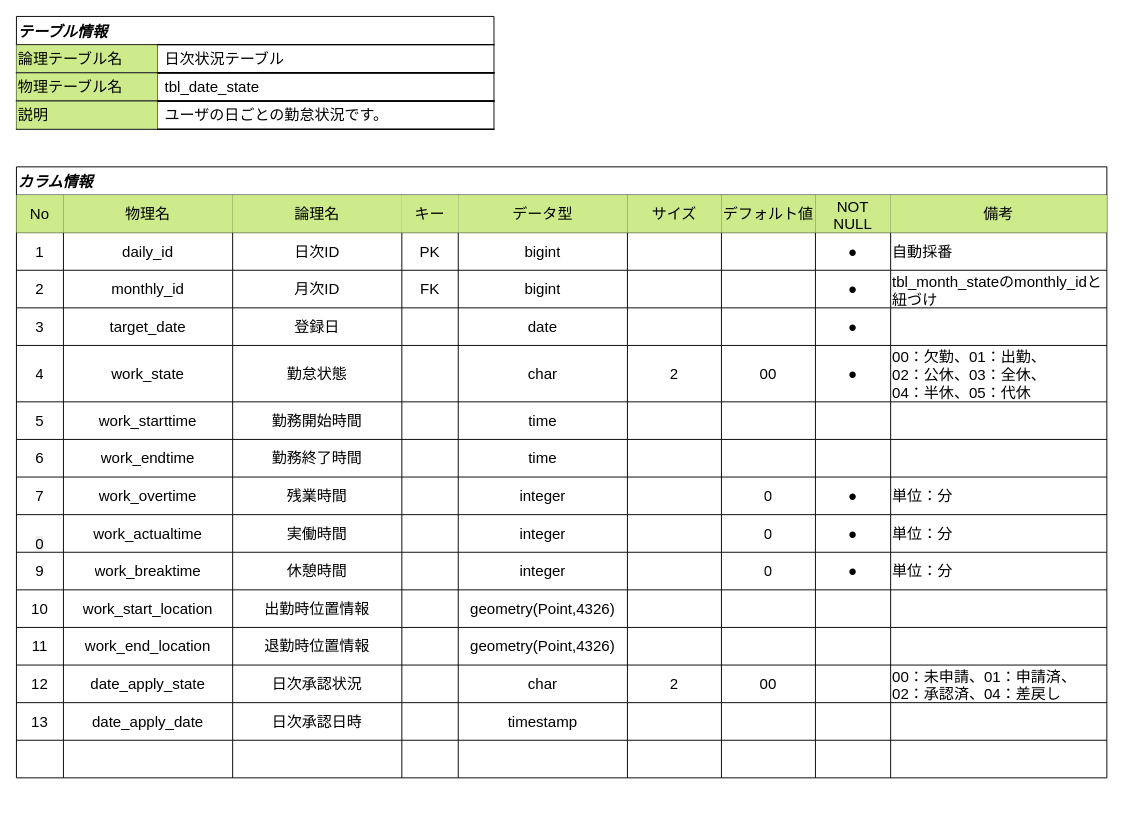
youkobaske/agentSupport-attendanceSystem keeps this draw.io diagram as docs/database/tbl_date_state.drawio. Above is the earlier version. Source tidied: cells renumbered, new cells numbered last; positions are measured from the earlier drawing's top-left corner, leaving out a move shared by most shapes. Both pictures are drawn from the tidied source at 94%, with x=0, y=0 at pixel (16, 16).
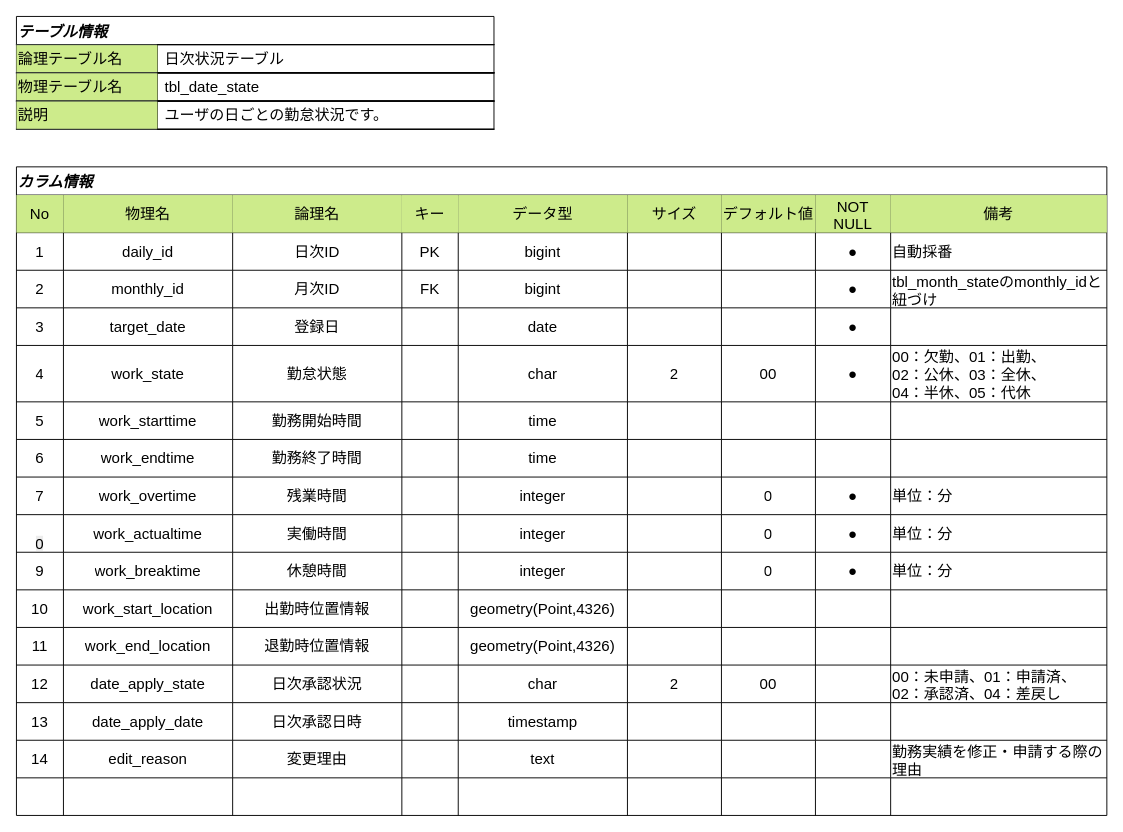
After the change.

The edit, as a diff of the source:
```diff
@@
     <mxCell id="12" value="カラム情報" style="shape=table;startSize=30;childLayout=tableLayout;strokeColor=default;fontSize=16;align=left;fontStyle=3;" parent="1" vertex="1">
-      <mxGeometry y="160" width="1160" height="650" as="geometry" />
+      <mxGeometry y="160" width="1160" height="690" as="geometry" />
     </mxCell>
@@
+    <mxCell id="163" style="shape=tableRow;horizontal=0;startSize=0;swimlaneHead=0;swimlaneBody=0;strokeColor=inherit;top=0;left=0;bottom=0;right=0;fillColor=none;fontSize=16;" parent="12" vertex="1">
+      <mxGeometry y="610" width="1160" height="40" as="geometry" />
+    </mxCell>
+    <mxCell id="164" value="14" style="shape=partialRectangle;html=1;whiteSpace=wrap;strokeColor=inherit;overflow=hidden;fillColor=none;top=0;left=0;bottom=0;right=0;fontSize=16;" parent="163" vertex="1">
+      <mxGeometry width="50" height="40" as="geometry" />
+    </mxCell>
+    <mxCell id="165" value="edit_reason" style="shape=partialRectangle;html=1;whiteSpace=wrap;strokeColor=inherit;overflow=hidden;fillColor=none;top=0;left=0;bottom=0;right=0;fontSize=16;" parent="163" vertex="1">
+      <mxGeometry x="50" width="180" height="40" as="geometry" />
+    </mxCell>
+    <mxCell id="166" value="変更理由" style="shape=partialRectangle;html=1;whiteSpace=wrap;strokeColor=inherit;overflow=hidden;fillColor=none;top=0;left=0;bottom=0;right=0;fontSize=16;" parent="163" vertex="1">
+      <mxGeometry x="230" width="180" height="40" as="geometry" />
+    </mxCell>
+    <mxCell id="167" style="shape=partialRectangle;html=1;whiteSpace=wrap;strokeColor=inherit;overflow=hidden;fillColor=none;top=0;left=0;bottom=0;right=0;fontSize=16;" parent="163" vertex="1">
+      <mxGeometry x="410" width="60" height="40" as="geometry" />
+    </mxCell>
+    <mxCell id="168" value="text" style="shape=partialRectangle;html=1;whiteSpace=wrap;strokeColor=inherit;overflow=hidden;fillColor=none;top=0;left=0;bottom=0;right=0;fontSize=16;" parent="163" vertex="1">
+      <mxGeometry x="470" width="180" height="40" as="geometry" />
+    </mxCell>
+    <mxCell id="169" style="shape=partialRectangle;html=1;whiteSpace=wrap;strokeColor=inherit;overflow=hidden;fillColor=none;top=0;left=0;bottom=0;right=0;fontSize=16;" parent="163" vertex="1">
+      <mxGeometry x="650" width="100" height="40" as="geometry" />
+    </mxCell>
+    <mxCell id="170" style="shape=partialRectangle;html=1;whiteSpace=wrap;strokeColor=inherit;overflow=hidden;fillColor=none;top=0;left=0;bottom=0;right=0;fontSize=16;" parent="163" vertex="1">
+      <mxGeometry x="750" width="100" height="40" as="geometry" />
+    </mxCell>
+    <mxCell id="171" style="shape=partialRectangle;html=1;whiteSpace=wrap;strokeColor=inherit;overflow=hidden;fillColor=none;top=0;left=0;bottom=0;right=0;fontSize=16;" parent="163" vertex="1">
+      <mxGeometry x="850" width="80" height="40" as="geometry" />
+    </mxCell>
+    <mxCell id="172" value="勤務実績を修正・申請する際の理由" style="shape=partialRectangle;html=1;whiteSpace=wrap;strokeColor=inherit;overflow=hidden;fillColor=none;top=0;left=0;bottom=0;right=0;fontSize=16;align=left;" parent="163" vertex="1">
+      <mxGeometry x="930" width="230" height="40" as="geometry" />
+    </mxCell>
     <mxCell id="153" style="shape=tableRow;horizontal=0;startSize=0;swimlaneHead=0;swimlaneBody=0;strokeColor=inherit;top=0;left=0;bottom=0;right=0;fillColor=none;fontSize=16;" parent="12" vertex="1">
-      <mxGeometry y="610" width="1160" height="40" as="geometry" />
+      <mxGeometry y="650" width="1160" height="40" as="geometry" />
     </mxCell>
```
